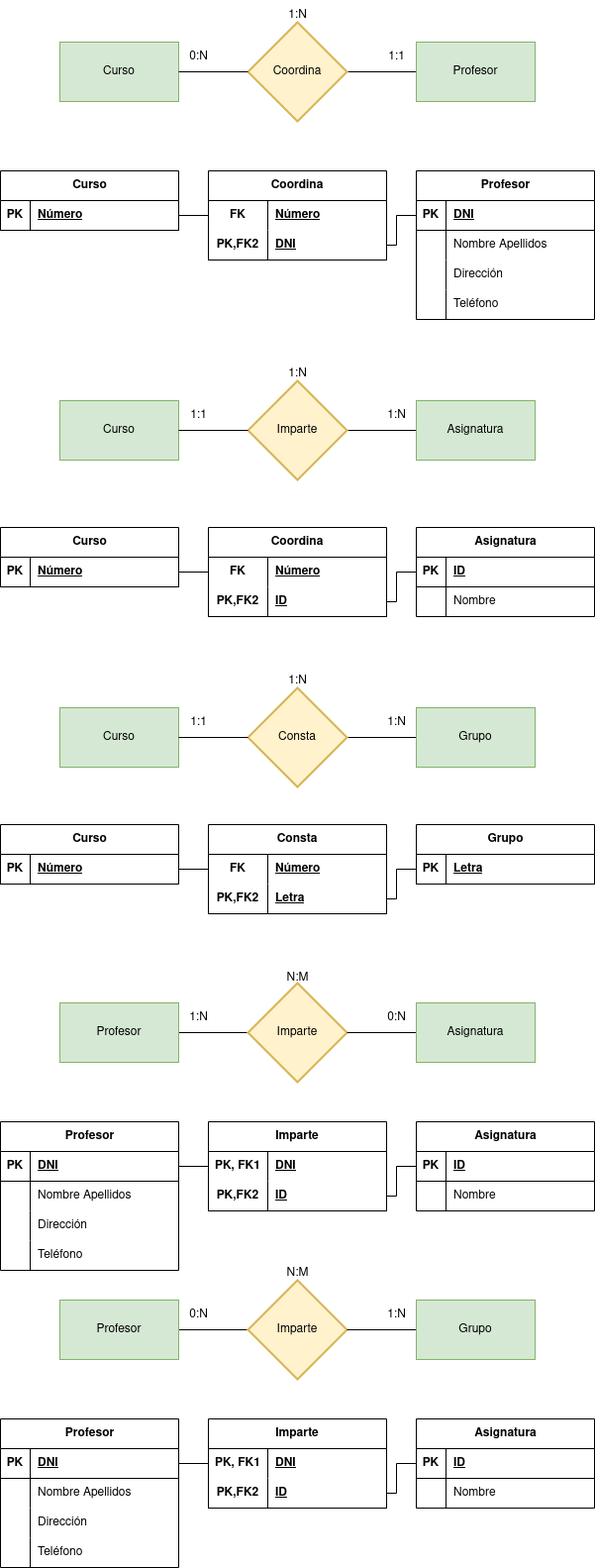
Earlier version of the draw.io export tareas 1/Ejercicio calificable docente (MR-2).drawio.png (GermanOjeda/base-datos). Source tidied: cells renumbered, new cells last; positions are measured from the earlier drawing's top-left corner, leaving out a move shared by most shapes.
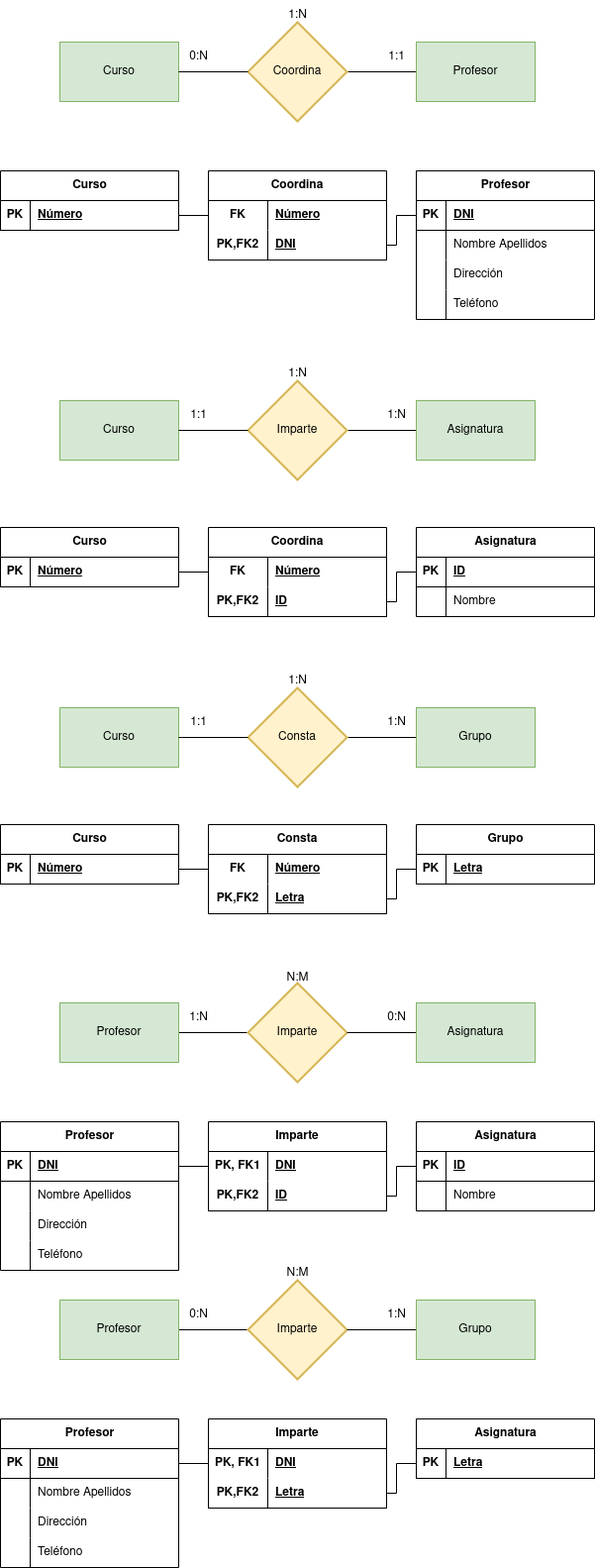
Above is the later version.

The edit, as a diff of the source:
```diff
@@ -437,7 +437,7 @@
       <mxGeometry x="420" y="1312" width="120" height="60" as="geometry" />
     </mxCell>
     <mxCell id="145" value="Asignatura" style="shape=table;startSize=30;rowLines=0;fontStyle=1;align=center;html=1;" parent="1" vertex="1">
-      <mxGeometry x="420" y="1432" width="180" height="90" as="geometry" />
+      <mxGeometry x="420" y="1432" width="180" height="60" as="geometry" />
     </mxCell>
     <mxCell id="146" style="shape=tableRow;horizontal=0;startSize=0;swimlaneHead=0;swimlaneBody=0;fillColor=none;points=[[0,0.5],[1,0.5]];portConstraint=eastwest;top=0;left=0;right=0;bottom=1;" parent="145" vertex="1">
       <mxGeometry y="30" width="180" height="30" as="geometry" />
@@ -445,18 +445,9 @@
     <mxCell id="147" value="PK" style="shape=partialRectangle;fillColor=none;top=0;left=0;bottom=0;right=0;fontStyle=1;overflow=hidden;whiteSpace=wrap;html=1;" parent="146" vertex="1">
       <mxGeometry width="30" height="30" as="geometry" />
     </mxCell>
-    <mxCell id="148" value="ID" style="shape=partialRectangle;fillColor=none;top=0;left=0;bottom=0;right=0;align=left;spacingLeft=6;fontStyle=5;overflow=hidden;whiteSpace=wrap;html=1;" parent="146" vertex="1">
+    <mxCell id="148" value="Letra" style="shape=partialRectangle;fillColor=none;top=0;left=0;bottom=0;right=0;align=left;spacingLeft=6;fontStyle=5;overflow=hidden;whiteSpace=wrap;html=1;" parent="146" vertex="1">
       <mxGeometry x="30" width="150" height="30" as="geometry" />
     </mxCell>
-    <mxCell id="149" style="shape=tableRow;horizontal=0;startSize=0;swimlaneHead=0;swimlaneBody=0;fillColor=none;top=0;left=0;right=0;bottom=0;" parent="145" vertex="1">
-      <mxGeometry y="60" width="180" height="30" as="geometry" />
-    </mxCell>
-    <mxCell id="150" style="shape=partialRectangle;fillColor=none;top=0;left=0;bottom=0;right=0;overflow=hidden;whiteSpace=wrap;html=1;" parent="149" vertex="1">
-      <mxGeometry width="30" height="30" as="geometry" />
-    </mxCell>
-    <mxCell id="151" value="Nombre" style="shape=partialRectangle;fillColor=none;top=0;left=0;bottom=0;right=0;align=left;spacingLeft=6;overflow=hidden;whiteSpace=wrap;html=1;" parent="149" vertex="1">
-      <mxGeometry x="30" width="150" height="30" as="geometry" />
-    </mxCell>
     <mxCell id="152" value="0:N" style="text;html=1;align=center;verticalAlign=middle;strokeColor=none;fillColor=none;" parent="1" vertex="1">
       <mxGeometry x="180" y="1312" width="40" height="30" as="geometry" />
     </mxCell>
@@ -481,7 +472,7 @@
     <mxCell id="159" value="PK,FK2" style="shape=partialRectangle;fillColor=none;top=0;left=0;bottom=0;right=0;fontStyle=1;overflow=hidden;html=1;whiteSpace=wrap;" parent="158" vertex="1">
       <mxGeometry width="60" height="30" as="geometry" />
     </mxCell>
-    <mxCell id="160" value="ID" style="shape=partialRectangle;fillColor=none;top=0;left=0;bottom=0;right=0;align=left;spacingLeft=6;fontStyle=5;overflow=hidden;html=1;whiteSpace=wrap;" parent="158" vertex="1">
+    <mxCell id="160" value="Letra" style="shape=partialRectangle;fillColor=none;top=0;left=0;bottom=0;right=0;align=left;spacingLeft=6;fontStyle=5;overflow=hidden;html=1;whiteSpace=wrap;" parent="158" vertex="1">
       <mxGeometry x="60" width="120" height="30" as="geometry" />
     </mxCell>
     <mxCell id="161" style="edgeStyle=orthogonalEdgeStyle;rounded=0;jettySize=auto;html=1;exitX=1;exitY=0.5;exitDx=0;exitDy=0;entryX=0;entryY=0.5;entryDx=0;entryDy=0;endArrow=none;endFill=0;" parent="1" edge="1" source="128" target="155">
```
